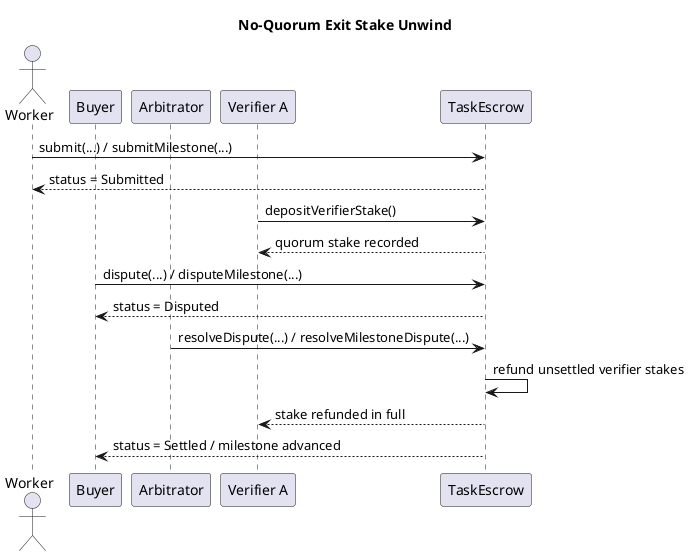
Above: docs/diagrams/quorum-sequence_002.png in eddiefleurent/agent-escrow (PlantUML), before the change. The source it was exported from:
```plantuml
@startuml
title No-Quorum Exit Stake Unwind

actor Worker
participant Buyer
participant Arbitrator
participant "Verifier A" as VA
participant "TaskEscrow" as Escrow

Worker -> Escrow: submit(...) / submitMilestone(...)
Escrow --> Worker: status = Submitted

VA -> Escrow: depositVerifierStake()
Escrow --> VA: quorum stake recorded

Buyer -> Escrow: dispute(...) / disputeMilestone(...)
Escrow --> Buyer: status = Disputed

Arbitrator -> Escrow: resolveDispute(...) / resolveMilestoneDispute(...)
Escrow -> Escrow: refund unsettled verifier stakes
Escrow --> VA: stake refunded in full
Escrow --> Buyer: status = Settled / milestone advanced
@enduml
```
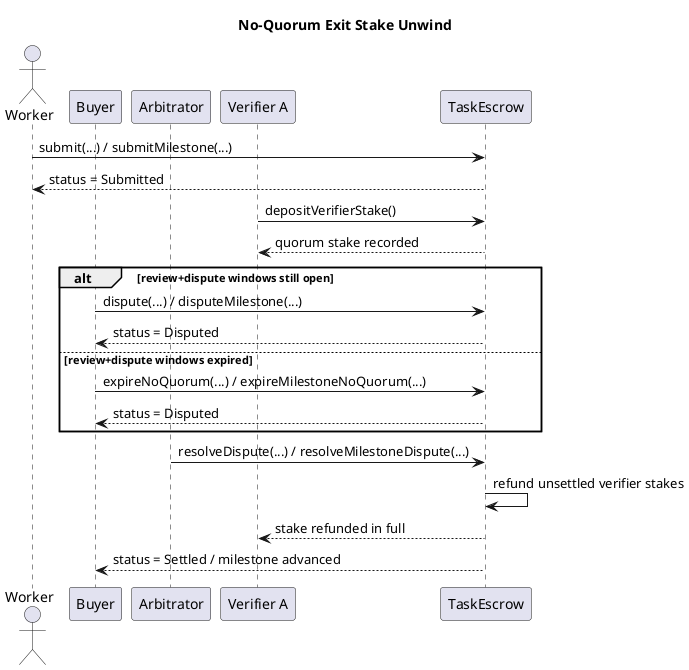
After the change.

What changed in the source:
```diff
@@ -13,8 +13,13 @@
 VA -> Escrow: depositVerifierStake()
 Escrow --> VA: quorum stake recorded
 
-Buyer -> Escrow: dispute(...) / disputeMilestone(...)
-Escrow --> Buyer: status = Disputed
+alt review+dispute windows still open
+  Buyer -> Escrow: dispute(...) / disputeMilestone(...)
+  Escrow --> Buyer: status = Disputed
+else review+dispute windows expired
+  Buyer -> Escrow: expireNoQuorum(...) / expireMilestoneNoQuorum(...)
+  Escrow --> Buyer: status = Disputed
+end
 
 Arbitrator -> Escrow: resolveDispute(...) / resolveMilestoneDispute(...)
 Escrow -> Escrow: refund unsettled verifier stakes
```
